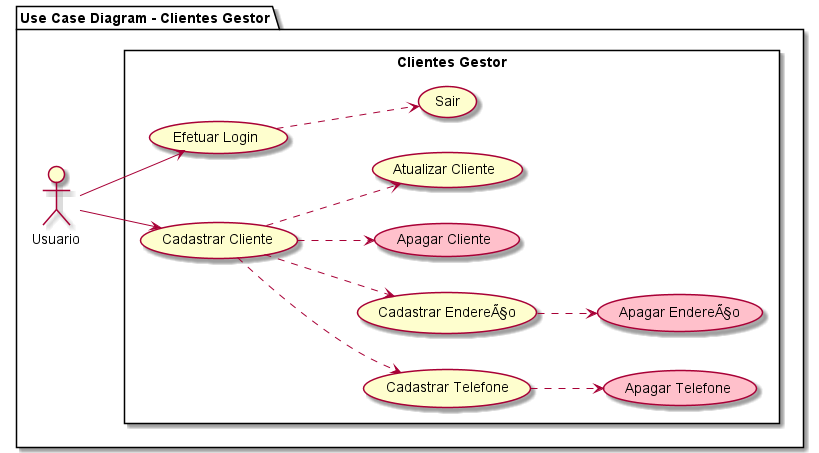
Above: modelagem/Use_Case_Diagram.png in douglascarlos-dev/Clientes-Gestor (PlantUML), before the change.
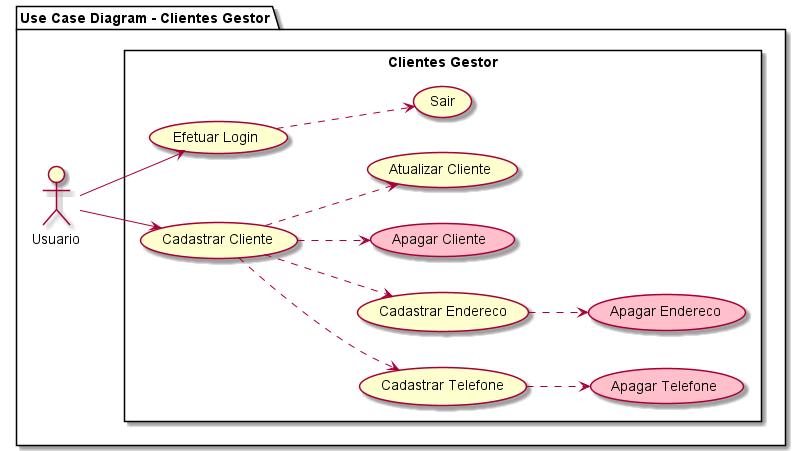
After the change.

Change to the diagram source:
```diff
@@ -6,8 +6,8 @@
   usecase "Efetuar Login" as UC1
   usecase "Cadastrar Cliente" as UC2
   usecase "Cadastrar Telefone" as UC3
-  usecase "Cadastrar EndereÃ§o" as UC4
-  usecase "Apagar EndereÃ§o" as UC5 #pink
+  usecase "Cadastrar Endereco" as UC4
+  usecase "Apagar Endereco" as UC5 #pink
   usecase "Apagar Telefone" as UC6 #pink
   usecase "Apagar Cliente" as UC7 #pink
   usecase "Sair" as UC8
```
